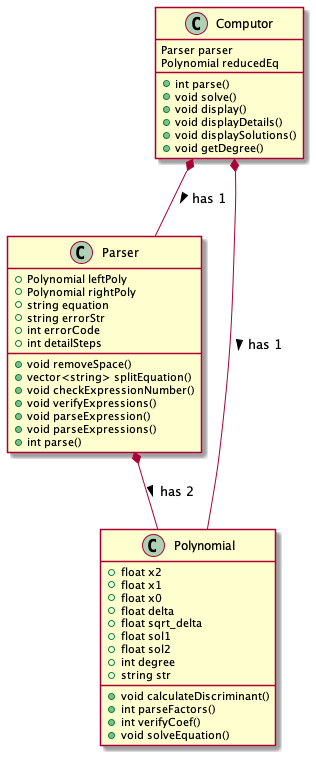
The PlantUML diagram computorv1.png in heypham/computorv1, before a commit.
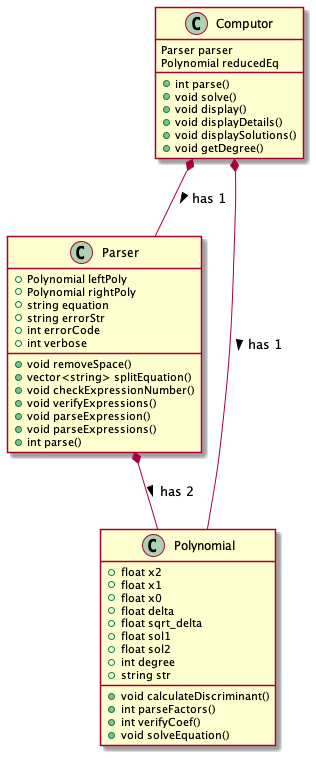
The same file after the commit.

Commit message:
Updated class diagram

Change to the diagram source:
```diff
@@ -17,7 +17,7 @@
    +string equation
    +string errorStr
    +int errorCode
-   +int detailSteps
+   +int verbose
 
    +void removeSpace()
    +vector<string> splitEquation()
```
